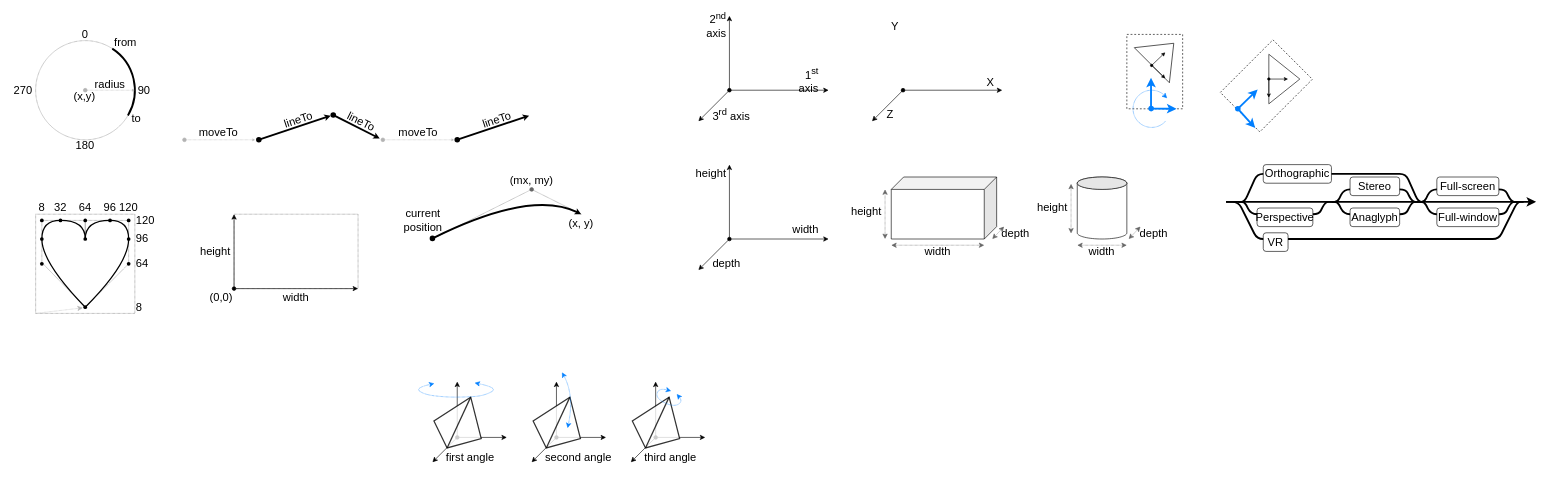
boytchev/suica keeps this draw.io diagram as docs/images/images.drawio. Above is the earlier version. Source tidied: cells renumbered, new cells numbered last; positions are measured from the earlier drawing's top-left corner, leaving out a move shared by most shapes. Both pictures are drawn from the tidied source at 62%, with x=0, y=0 at pixel (11, 16).
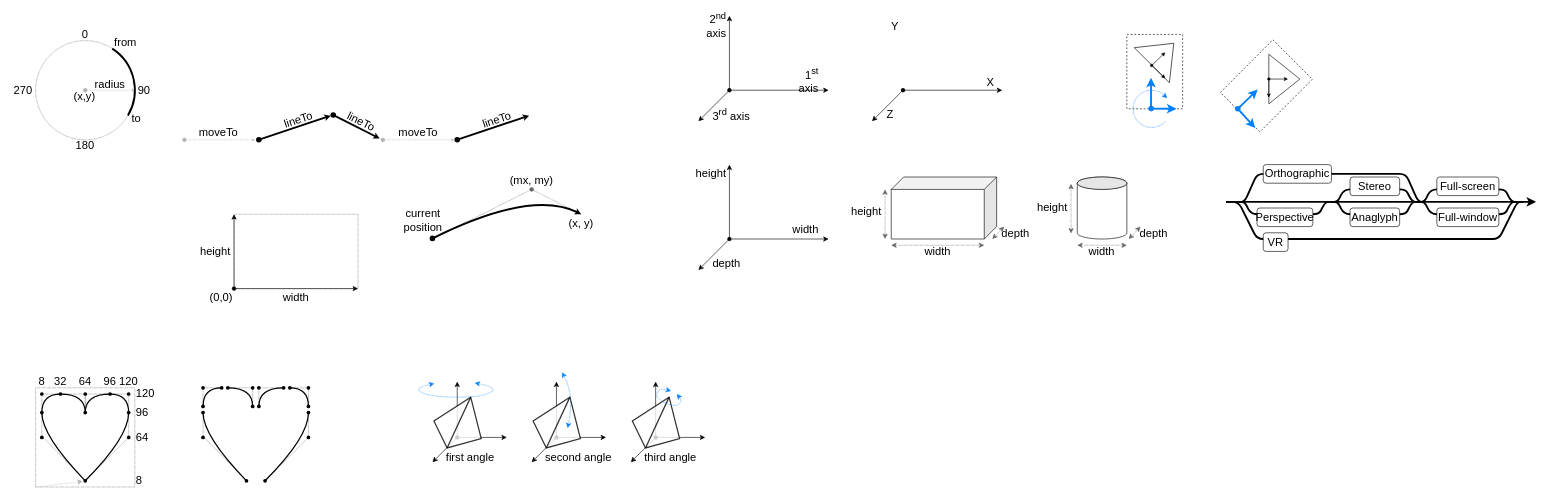
The same diagram, later.

Change to the diagram source:
```diff
@@
     <mxCell id="114" style="rounded=0;whiteSpace=wrap;html=1;dashed=1;dashPattern=1 1;fillColor=none;strokeColor=#666666;" parent="1" vertex="1">
-      <mxGeometry x="40" y="320" width="160" height="160" as="geometry" />
+      <mxGeometry x="40" y="600" width="160" height="160" as="geometry" />
     </mxCell>
     <mxCell id="115" style="endArrow=none;html=1;rounded=0;strokeWidth=1;startArrow=none;startFill=0;endFill=0;dashed=1;dashPattern=1 1;strokeColor=#666666;" parent="1" edge="1">
       <mxGeometry relative="1" as="geometry">
-        <mxPoint x="190" y="360" as="sourcePoint" />
-        <mxPoint x="120" y="470" as="targetPoint" />
+        <mxPoint x="190" y="640" as="sourcePoint" />
+        <mxPoint x="120" y="750" as="targetPoint" />
         <Array as="points">
-          <mxPoint x="190" y="400" />
+          <mxPoint x="190" y="680" />
         </Array>
       </mxGeometry>
     </mxCell>
     <mxCell id="116" style="endArrow=none;html=1;rounded=0;strokeWidth=1;startArrow=none;startFill=0;endFill=0;dashed=1;dashPattern=1 1;strokeColor=#666666;" parent="1" edge="1">
       <mxGeometry relative="1" as="geometry">
-        <mxPoint x="50" y="360" as="sourcePoint" />
-        <mxPoint x="120" y="470" as="targetPoint" />
+        <mxPoint x="50" y="640" as="sourcePoint" />
+        <mxPoint x="120" y="750" as="targetPoint" />
         <Array as="points">
-          <mxPoint x="50" y="398" />
+          <mxPoint x="50" y="678" />
         </Array>
       </mxGeometry>
     </mxCell>
     <mxCell id="117" style="endArrow=none;html=1;rounded=0;strokeWidth=1;startArrow=none;startFill=0;endFill=0;dashed=1;dashPattern=1 1;strokeColor=#666666;" parent="1" edge="1">
       <mxGeometry relative="1" as="geometry">
-        <mxPoint x="160" y="330" as="sourcePoint" />
-        <mxPoint x="190" y="360" as="targetPoint" />
+        <mxPoint x="160" y="610" as="sourcePoint" />
+        <mxPoint x="190" y="640" as="targetPoint" />
         <Array as="points">
-          <mxPoint x="190" y="330" />
+          <mxPoint x="190" y="610" />
         </Array>
       </mxGeometry>
     </mxCell>
     <mxCell id="118" style="endArrow=none;html=1;rounded=0;strokeWidth=1;startArrow=none;startFill=0;endFill=0;dashed=1;dashPattern=1 1;strokeColor=#666666;" parent="1" edge="1">
       <mxGeometry relative="1" as="geometry">
-        <mxPoint x="80" y="330" as="sourcePoint" />
-        <mxPoint x="50" y="360" as="targetPoint" />
+        <mxPoint x="80" y="610" as="sourcePoint" />
+        <mxPoint x="50" y="640" as="targetPoint" />
         <Array as="points">
-          <mxPoint x="50" y="330" />
+          <mxPoint x="50" y="610" />
         </Array>
       </mxGeometry>
     </mxCell>
     <mxCell id="119" style="endArrow=none;html=1;rounded=0;strokeWidth=1;startArrow=none;startFill=0;endFill=0;dashed=1;dashPattern=1 1;strokeColor=#666666;" parent="1" edge="1">
       <mxGeometry relative="1" as="geometry">
-        <mxPoint x="120" y="360" as="sourcePoint" />
-        <mxPoint x="160" y="330" as="targetPoint" />
+        <mxPoint x="120" y="640" as="sourcePoint" />
+        <mxPoint x="160" y="610" as="targetPoint" />
         <Array as="points">
-          <mxPoint x="120" y="330" />
+          <mxPoint x="120" y="610" />
         </Array>
       </mxGeometry>
     </mxCell>
     <mxCell id="120" style="endArrow=none;html=1;rounded=0;strokeWidth=1;startArrow=none;startFill=0;endFill=0;dashed=1;dashPattern=1 1;strokeColor=#666666;" parent="1" edge="1">
       <mxGeometry relative="1" as="geometry">
-        <mxPoint x="80" y="330" as="sourcePoint" />
-        <mxPoint x="120" y="360" as="targetPoint" />
+        <mxPoint x="80" y="610" as="sourcePoint" />
+        <mxPoint x="120" y="640" as="targetPoint" />
         <Array as="points">
-          <mxPoint x="120" y="330" />
+          <mxPoint x="120" y="610" />
         </Array>
       </mxGeometry>
     </mxCell>
     <mxCell id="121" style="endArrow=none;html=1;strokeWidth=2;startArrow=none;startFill=0;endFill=0;curved=1;" parent="1" edge="1">
       <mxGeometry relative="1" as="geometry">
-        <mxPoint x="190" y="360" as="sourcePoint" />
-        <mxPoint x="120" y="470" as="targetPoint" />
+        <mxPoint x="190" y="640" as="sourcePoint" />
+        <mxPoint x="120" y="750" as="targetPoint" />
         <Array as="points">
-          <mxPoint x="190" y="400" />
+          <mxPoint x="190" y="680" />
         </Array>
       </mxGeometry>
     </mxCell>
     <mxCell id="122" style="endArrow=none;html=1;strokeWidth=2;startArrow=none;startFill=0;endFill=0;curved=1;" parent="1" edge="1">
       <mxGeometry relative="1" as="geometry">
-        <mxPoint x="50" y="360" as="sourcePoint" />
-        <mxPoint x="120" y="470" as="targetPoint" />
+        <mxPoint x="50" y="640" as="sourcePoint" />
+        <mxPoint x="120" y="750" as="targetPoint" />
         <Array as="points">
-          <mxPoint x="50" y="398" />
+          <mxPoint x="50" y="678" />
         </Array>
       </mxGeometry>
     </mxCell>
     <mxCell id="123" style="endArrow=none;html=1;strokeWidth=2;startArrow=none;startFill=0;endFill=0;curved=1;" parent="1" edge="1">
       <mxGeometry relative="1" as="geometry">
-        <mxPoint x="160" y="330" as="sourcePoint" />
-        <mxPoint x="190" y="360" as="targetPoint" />
+        <mxPoint x="160" y="610" as="sourcePoint" />
+        <mxPoint x="190" y="640" as="targetPoint" />
         <Array as="points">
-          <mxPoint x="190" y="330" />
+          <mxPoint x="190" y="610" />
         </Array>
       </mxGeometry>
     </mxCell>
     <mxCell id="124" style="endArrow=none;html=1;strokeWidth=2;startArrow=none;startFill=0;endFill=0;curved=1;" parent="1" edge="1">
       <mxGeometry relative="1" as="geometry">
-        <mxPoint x="80" y="330" as="sourcePoint" />
-        <mxPoint x="50" y="360" as="targetPoint" />
+        <mxPoint x="80" y="610" as="sourcePoint" />
+        <mxPoint x="50" y="640" as="targetPoint" />
         <Array as="points">
-          <mxPoint x="50" y="330" />
+          <mxPoint x="50" y="610" />
         </Array>
       </mxGeometry>
     </mxCell>
     <mxCell id="125" style="endArrow=none;html=1;strokeWidth=2;startArrow=none;startFill=0;endFill=0;curved=1;" parent="1" edge="1">
       <mxGeometry relative="1" as="geometry">
-        <mxPoint x="120" y="360" as="sourcePoint" />
-        <mxPoint x="160" y="330" as="targetPoint" />
+        <mxPoint x="120" y="640" as="sourcePoint" />
+        <mxPoint x="160" y="610" as="targetPoint" />
         <Array as="points">
-          <mxPoint x="120" y="330" />
+          <mxPoint x="120" y="610" />
         </Array>
       </mxGeometry>
     </mxCell>
     <mxCell id="126" style="endArrow=none;html=1;strokeWidth=2;startArrow=none;startFill=0;endFill=0;curved=1;" parent="1" edge="1">
       <mxGeometry relative="1" as="geometry">
-        <mxPoint x="80" y="330" as="sourcePoint" />
-        <mxPoint x="120" y="360" as="targetPoint" />
+        <mxPoint x="80" y="610" as="sourcePoint" />
+        <mxPoint x="120" y="640" as="targetPoint" />
         <Array as="points">
-          <mxPoint x="120" y="330" />
+          <mxPoint x="120" y="610" />
         </Array>
       </mxGeometry>
     </mxCell>
     <mxCell id="127" style="ellipse;whiteSpace=wrap;html=1;strokeColor=none;fillColor=#000000;" parent="1" vertex="1">
-      <mxGeometry x="117" y="357" width="6" height="6" as="geometry" />
+      <mxGeometry x="117" y="637" width="6" height="6" as="geometry" />
     </mxCell>
     <mxCell id="128" style="ellipse;whiteSpace=wrap;html=1;strokeColor=none;fillColor=#000000;" parent="1" vertex="1">
-      <mxGeometry x="157" y="327" width="6" height="6" as="geometry" />
+      <mxGeometry x="157" y="607" width="6" height="6" as="geometry" />
     </mxCell>
     <mxCell id="129" style="ellipse;whiteSpace=wrap;html=1;strokeColor=none;fillColor=#000000;" parent="1" vertex="1">
-      <mxGeometry x="187" y="357" width="6" height="6" as="geometry" />
+      <mxGeometry x="187" y="637" width="6" height="6" as="geometry" />
     </mxCell>
     <mxCell id="130" style="ellipse;whiteSpace=wrap;html=1;strokeColor=none;fillColor=#000000;" parent="1" vertex="1">
-      <mxGeometry x="77" y="327" width="6" height="6" as="geometry" />
+      <mxGeometry x="77" y="607" width="6" height="6" as="geometry" />
     </mxCell>
     <mxCell id="131" style="ellipse;whiteSpace=wrap;html=1;strokeColor=none;fillColor=#000000;" parent="1" vertex="1">
-      <mxGeometry x="47" y="357" width="6" height="6" as="geometry" />
+      <mxGeometry x="47" y="637" width="6" height="6" as="geometry" />
     </mxCell>
     <mxCell id="132" style="ellipse;whiteSpace=wrap;html=1;strokeColor=none;fillColor=#000000;" parent="1" vertex="1">
-      <mxGeometry x="47" y="327" width="6" height="6" as="geometry" />
+      <mxGeometry x="47" y="607" width="6" height="6" as="geometry" />
     </mxCell>
     <mxCell id="133" style="ellipse;whiteSpace=wrap;html=1;strokeColor=none;fillColor=#000000;" parent="1" vertex="1">
-      <mxGeometry x="117" y="327" width="6" height="6" as="geometry" />
+      <mxGeometry x="117" y="607" width="6" height="6" as="geometry" />
     </mxCell>
     <mxCell id="134" style="ellipse;whiteSpace=wrap;html=1;strokeColor=none;fillColor=#000000;" parent="1" vertex="1">
-      <mxGeometry x="187" y="327" width="6" height="6" as="geometry" />
+      <mxGeometry x="187" y="607" width="6" height="6" as="geometry" />
     </mxCell>
     <mxCell id="135" style="ellipse;whiteSpace=wrap;html=1;strokeColor=none;fillColor=#000000;" parent="1" vertex="1">
-      <mxGeometry x="187" y="397" width="6" height="6" as="geometry" />
+      <mxGeometry x="187" y="677" width="6" height="6" as="geometry" />
     </mxCell>
     <mxCell id="136" style="ellipse;whiteSpace=wrap;html=1;strokeColor=none;fillColor=#000000;" parent="1" vertex="1">
-      <mxGeometry x="47" y="397" width="6" height="6" as="geometry" />
+      <mxGeometry x="47" y="677" width="6" height="6" as="geometry" />
     </mxCell>
     <mxCell id="137" style="ellipse;whiteSpace=wrap;html=1;strokeColor=none;fillColor=#000000;" parent="1" vertex="1">
-      <mxGeometry x="117" y="467" width="6" height="6" as="geometry" />
+      <mxGeometry x="117" y="747" width="6" height="6" as="geometry" />
     </mxCell>
     <mxCell id="138" value="8" style="text;html=1;strokeColor=none;fillColor=none;align=left;verticalAlign=middle;whiteSpace=wrap;rounded=0;fontFamily=Calibri;fontSize=18;" parent="1" vertex="1">
-      <mxGeometry x="200" y="460" width="40" height="20" as="geometry" />
+      <mxGeometry x="200" y="740" width="40" height="20" as="geometry" />
     </mxCell>
     <mxCell id="139" value="64" style="text;html=1;strokeColor=none;fillColor=none;align=center;verticalAlign=middle;whiteSpace=wrap;rounded=0;fontFamily=Calibri;fontSize=18;" parent="1" vertex="1">
-      <mxGeometry x="100" y="300" width="40" height="20" as="geometry" />
+      <mxGeometry x="100" y="580" width="40" height="20" as="geometry" />
     </mxCell>
     <mxCell id="140" value="8" style="text;html=1;strokeColor=none;fillColor=none;align=center;verticalAlign=middle;whiteSpace=wrap;rounded=0;fontFamily=Calibri;fontSize=18;" parent="1" vertex="1">
-      <mxGeometry x="30" y="300" width="40" height="20" as="geometry" />
+      <mxGeometry x="30" y="580" width="40" height="20" as="geometry" />
     </mxCell>
     <mxCell id="141" value="32" style="text;html=1;strokeColor=none;fillColor=none;align=center;verticalAlign=middle;whiteSpace=wrap;rounded=0;fontFamily=Calibri;fontSize=18;" parent="1" vertex="1">
-      <mxGeometry x="60" y="300" width="40" height="20" as="geometry" />
+      <mxGeometry x="60" y="580" width="40" height="20" as="geometry" />
     </mxCell>
     <mxCell id="142" value="120" style="text;html=1;strokeColor=none;fillColor=none;align=center;verticalAlign=middle;whiteSpace=wrap;rounded=0;fontFamily=Calibri;fontSize=18;" parent="1" vertex="1">
-      <mxGeometry x="170" y="300" width="40" height="20" as="geometry" />
+      <mxGeometry x="170" y="580" width="40" height="20" as="geometry" />
     </mxCell>
     <mxCell id="143" value="96" style="text;html=1;strokeColor=none;fillColor=none;align=center;verticalAlign=middle;whiteSpace=wrap;rounded=0;fontFamily=Calibri;fontSize=18;" parent="1" vertex="1">
-      <mxGeometry x="140" y="300" width="40" height="20" as="geometry" />
+      <mxGeometry x="140" y="580" width="40" height="20" as="geometry" />
     </mxCell>
     <mxCell id="144" value="64" style="text;html=1;strokeColor=none;fillColor=none;align=left;verticalAlign=middle;whiteSpace=wrap;rounded=0;fontFamily=Calibri;fontSize=18;" parent="1" vertex="1">
-      <mxGeometry x="200" y="390" width="40" height="20" as="geometry" />
+      <mxGeometry x="200" y="670" width="40" height="20" as="geometry" />
     </mxCell>
     <mxCell id="145" value="120" style="text;html=1;strokeColor=none;fillColor=none;align=left;verticalAlign=middle;whiteSpace=wrap;rounded=0;fontFamily=Calibri;fontSize=18;" parent="1" vertex="1">
-      <mxGeometry x="200" y="320" width="40" height="20" as="geometry" />
+      <mxGeometry x="200" y="600" width="40" height="20" as="geometry" />
     </mxCell>
     <mxCell id="146" value="96" style="text;html=1;strokeColor=none;fillColor=none;align=left;verticalAlign=middle;whiteSpace=wrap;rounded=0;fontFamily=Calibri;fontSize=18;" parent="1" vertex="1">
-      <mxGeometry x="200" y="350" width="40" height="20" as="geometry" />
+      <mxGeometry x="200" y="630" width="40" height="20" as="geometry" />
     </mxCell>
     <mxCell id="147" style="endArrow=classic;html=1;dashed=1;dashPattern=1 1;strokeColor=#B3B3B3;strokeWidth=1;curved=1;" parent="1" edge="1">
       <mxGeometry relative="1" as="geometry">
-        <mxPoint x="40" y="480" as="sourcePoint" />
-        <mxPoint x="116" y="471" as="targetPoint" />
+        <mxPoint x="40" y="760" as="sourcePoint" />
+        <mxPoint x="116" y="751" as="targetPoint" />
       </mxGeometry>
     </mxCell>
+    <mxCell id="148" style="endArrow=none;html=1;rounded=0;strokeWidth=1;startArrow=none;startFill=0;endFill=0;dashed=1;dashPattern=1 1;strokeColor=#666666;" parent="1" edge="1">
+      <mxGeometry relative="1" as="geometry">
+        <mxPoint x="480" y="640" as="sourcePoint" />
+        <mxPoint x="410" y="750" as="targetPoint" />
+        <Array as="points">
+          <mxPoint x="480" y="680" />
+        </Array>
+      </mxGeometry>
+    </mxCell>
+    <mxCell id="149" style="endArrow=none;html=1;rounded=0;strokeWidth=1;startArrow=none;startFill=0;endFill=0;dashed=1;dashPattern=1 1;strokeColor=#666666;" parent="1" edge="1">
+      <mxGeometry relative="1" as="geometry">
+        <mxPoint x="310" y="640" as="sourcePoint" />
+        <mxPoint x="380" y="750" as="targetPoint" />
+        <Array as="points">
+          <mxPoint x="310" y="678" />
+        </Array>
+      </mxGeometry>
+    </mxCell>
+    <mxCell id="150" style="endArrow=none;html=1;rounded=0;strokeWidth=1;startArrow=none;startFill=0;endFill=0;dashed=1;dashPattern=1 1;strokeColor=#666666;" parent="1" edge="1">
+      <mxGeometry relative="1" as="geometry">
+        <mxPoint x="450" y="600" as="sourcePoint" />
+        <mxPoint x="480" y="630" as="targetPoint" />
+        <Array as="points">
+          <mxPoint x="480" y="600" />
+        </Array>
+      </mxGeometry>
+    </mxCell>
+    <mxCell id="151" style="endArrow=none;html=1;rounded=0;strokeWidth=1;startArrow=none;startFill=0;endFill=0;dashed=1;dashPattern=1 1;strokeColor=#666666;" parent="1" edge="1">
+      <mxGeometry relative="1" as="geometry">
+        <mxPoint x="340" y="600" as="sourcePoint" />
+        <mxPoint x="310" y="630" as="targetPoint" />
+        <Array as="points">
+          <mxPoint x="310" y="600" />
+        </Array>
+      </mxGeometry>
+    </mxCell>
+    <mxCell id="152" style="endArrow=none;html=1;rounded=0;strokeWidth=1;startArrow=none;startFill=0;endFill=0;dashed=1;dashPattern=1 1;strokeColor=#666666;" parent="1" edge="1">
+      <mxGeometry relative="1" as="geometry">
+        <mxPoint x="400" y="630" as="sourcePoint" />
+        <mxPoint x="440" y="600" as="targetPoint" />
+        <Array as="points">
+          <mxPoint x="400" y="600" />
+        </Array>
+      </mxGeometry>
+    </mxCell>
+    <mxCell id="153" style="endArrow=none;html=1;rounded=0;strokeWidth=1;startArrow=none;startFill=0;endFill=0;dashed=1;dashPattern=1 1;strokeColor=#666666;" parent="1" edge="1">
+      <mxGeometry relative="1" as="geometry">
+        <mxPoint x="350" y="600" as="sourcePoint" />
+        <mxPoint x="390" y="630" as="targetPoint" />
+        <Array as="points">
+          <mxPoint x="390" y="600" />
+        </Array>
+      </mxGeometry>
+    </mxCell>
+    <mxCell id="154" style="endArrow=none;html=1;strokeWidth=2;startArrow=none;startFill=0;endFill=0;curved=1;" parent="1" edge="1">
+      <mxGeometry relative="1" as="geometry">
+        <mxPoint x="480" y="640" as="sourcePoint" />
+        <mxPoint x="410" y="750" as="targetPoint" />
+        <Array as="points">
+          <mxPoint x="480" y="680" />
+        </Array>
+      </mxGeometry>
+    </mxCell>
+    <mxCell id="155" style="endArrow=none;html=1;strokeWidth=2;startArrow=none;startFill=0;endFill=0;curved=1;" parent="1" edge="1">
+      <mxGeometry relative="1" as="geometry">
+        <mxPoint x="310" y="640" as="sourcePoint" />
+        <mxPoint x="380" y="750" as="targetPoint" />
+        <Array as="points">
+          <mxPoint x="310" y="678" />
+        </Array>
+      </mxGeometry>
+    </mxCell>
+    <mxCell id="156" style="endArrow=none;html=1;strokeWidth=2;startArrow=none;startFill=0;endFill=0;curved=1;" parent="1" edge="1">
+      <mxGeometry relative="1" as="geometry">
+        <mxPoint x="450" y="600" as="sourcePoint" />
+        <mxPoint x="480" y="630" as="targetPoint" />
+        <Array as="points">
+          <mxPoint x="480" y="600" />
+        </Array>
+      </mxGeometry>
+    </mxCell>
+    <mxCell id="157" style="endArrow=none;html=1;strokeWidth=2;startArrow=none;startFill=0;endFill=0;curved=1;" parent="1" edge="1">
+      <mxGeometry relative="1" as="geometry">
+        <mxPoint x="340" y="600" as="sourcePoint" />
+        <mxPoint x="310" y="630" as="targetPoint" />
+        <Array as="points">
+          <mxPoint x="310" y="600" />
+        </Array>
+      </mxGeometry>
+    </mxCell>
+    <mxCell id="158" style="endArrow=none;html=1;strokeWidth=2;startArrow=none;startFill=0;endFill=0;curved=1;" parent="1" edge="1">
+      <mxGeometry relative="1" as="geometry">
+        <mxPoint x="400" y="630" as="sourcePoint" />
+        <mxPoint x="440" y="600" as="targetPoint" />
+        <Array as="points">
+          <mxPoint x="400" y="600" />
+        </Array>
+      </mxGeometry>
+    </mxCell>
+    <mxCell id="159" style="endArrow=none;html=1;strokeWidth=2;startArrow=none;startFill=0;endFill=0;curved=1;" parent="1" edge="1">
+      <mxGeometry relative="1" as="geometry">
+        <mxPoint x="350" y="600" as="sourcePoint" />
+        <mxPoint x="390" y="630" as="targetPoint" />
+        <Array as="points">
+          <mxPoint x="390" y="600" />
+        </Array>
+      </mxGeometry>
+    </mxCell>
+    <mxCell id="160" style="ellipse;whiteSpace=wrap;html=1;strokeColor=none;fillColor=#000000;" parent="1" vertex="1">
+      <mxGeometry x="397" y="627" width="6" height="6" as="geometry" />
+    </mxCell>
+    <mxCell id="161" style="ellipse;whiteSpace=wrap;html=1;strokeColor=none;fillColor=#000000;" parent="1" vertex="1">
+      <mxGeometry x="437" y="597" width="6" height="6" as="geometry" />
+    </mxCell>
+    <mxCell id="162" style="ellipse;whiteSpace=wrap;html=1;strokeColor=none;fillColor=#000000;" parent="1" vertex="1">
+      <mxGeometry x="477" y="627" width="6" height="6" as="geometry" />
+    </mxCell>
+    <mxCell id="163" style="ellipse;whiteSpace=wrap;html=1;strokeColor=none;fillColor=#000000;" parent="1" vertex="1">
+      <mxGeometry x="347" y="597" width="6" height="6" as="geometry" />
+    </mxCell>
+    <mxCell id="164" style="ellipse;whiteSpace=wrap;html=1;strokeColor=none;fillColor=#000000;" parent="1" vertex="1">
+      <mxGeometry x="307" y="627" width="6" height="6" as="geometry" />
+    </mxCell>
+    <mxCell id="165" style="ellipse;whiteSpace=wrap;html=1;strokeColor=none;fillColor=#000000;" parent="1" vertex="1">
+      <mxGeometry x="307" y="597" width="6" height="6" as="geometry" />
+    </mxCell>
+    <mxCell id="166" style="ellipse;whiteSpace=wrap;html=1;strokeColor=none;fillColor=#000000;" parent="1" vertex="1">
+      <mxGeometry x="397" y="597" width="6" height="6" as="geometry" />
+    </mxCell>
+    <mxCell id="167" style="ellipse;whiteSpace=wrap;html=1;strokeColor=none;fillColor=#000000;" parent="1" vertex="1">
+      <mxGeometry x="477" y="597" width="6" height="6" as="geometry" />
+    </mxCell>
+    <mxCell id="168" style="ellipse;whiteSpace=wrap;html=1;strokeColor=none;fillColor=#000000;" parent="1" vertex="1">
+      <mxGeometry x="477" y="677" width="6" height="6" as="geometry" />
+    </mxCell>
+    <mxCell id="169" style="ellipse;whiteSpace=wrap;html=1;strokeColor=none;fillColor=#000000;" parent="1" vertex="1">
+      <mxGeometry x="307" y="677" width="6" height="6" as="geometry" />
+    </mxCell>
+    <mxCell id="170" style="ellipse;whiteSpace=wrap;html=1;strokeColor=none;fillColor=#000000;" parent="1" vertex="1">
+      <mxGeometry x="377" y="747" width="6" height="6" as="geometry" />
+    </mxCell>
+    <mxCell id="171" style="ellipse;whiteSpace=wrap;html=1;strokeColor=none;fillColor=#000000;" parent="1" vertex="1">
+      <mxGeometry x="477" y="637" width="6" height="6" as="geometry" />
+    </mxCell>
+    <mxCell id="172" style="ellipse;whiteSpace=wrap;html=1;strokeColor=none;fillColor=#000000;" parent="1" vertex="1">
+      <mxGeometry x="307" y="637" width="6" height="6" as="geometry" />
+    </mxCell>
+    <mxCell id="173" style="ellipse;whiteSpace=wrap;html=1;strokeColor=none;fillColor=#000000;" parent="1" vertex="1">
+      <mxGeometry x="387" y="627" width="6" height="6" as="geometry" />
+    </mxCell>
+    <mxCell id="174" style="ellipse;whiteSpace=wrap;html=1;strokeColor=none;fillColor=#000000;" parent="1" vertex="1">
+      <mxGeometry x="387" y="597" width="6" height="6" as="geometry" />
+    </mxCell>
+    <mxCell id="175" style="ellipse;whiteSpace=wrap;html=1;strokeColor=none;fillColor=#000000;" parent="1" vertex="1">
+      <mxGeometry x="447" y="597" width="6" height="6" as="geometry" />
+    </mxCell>
+    <mxCell id="176" style="ellipse;whiteSpace=wrap;html=1;strokeColor=none;fillColor=#000000;" parent="1" vertex="1">
+      <mxGeometry x="337" y="597" width="6" height="6" as="geometry" />
+    </mxCell>
+    <mxCell id="177" style="ellipse;whiteSpace=wrap;html=1;strokeColor=none;fillColor=#000000;" parent="1" vertex="1">
+      <mxGeometry x="407" y="747" width="6" height="6" as="geometry" />
+    </mxCell>
```
